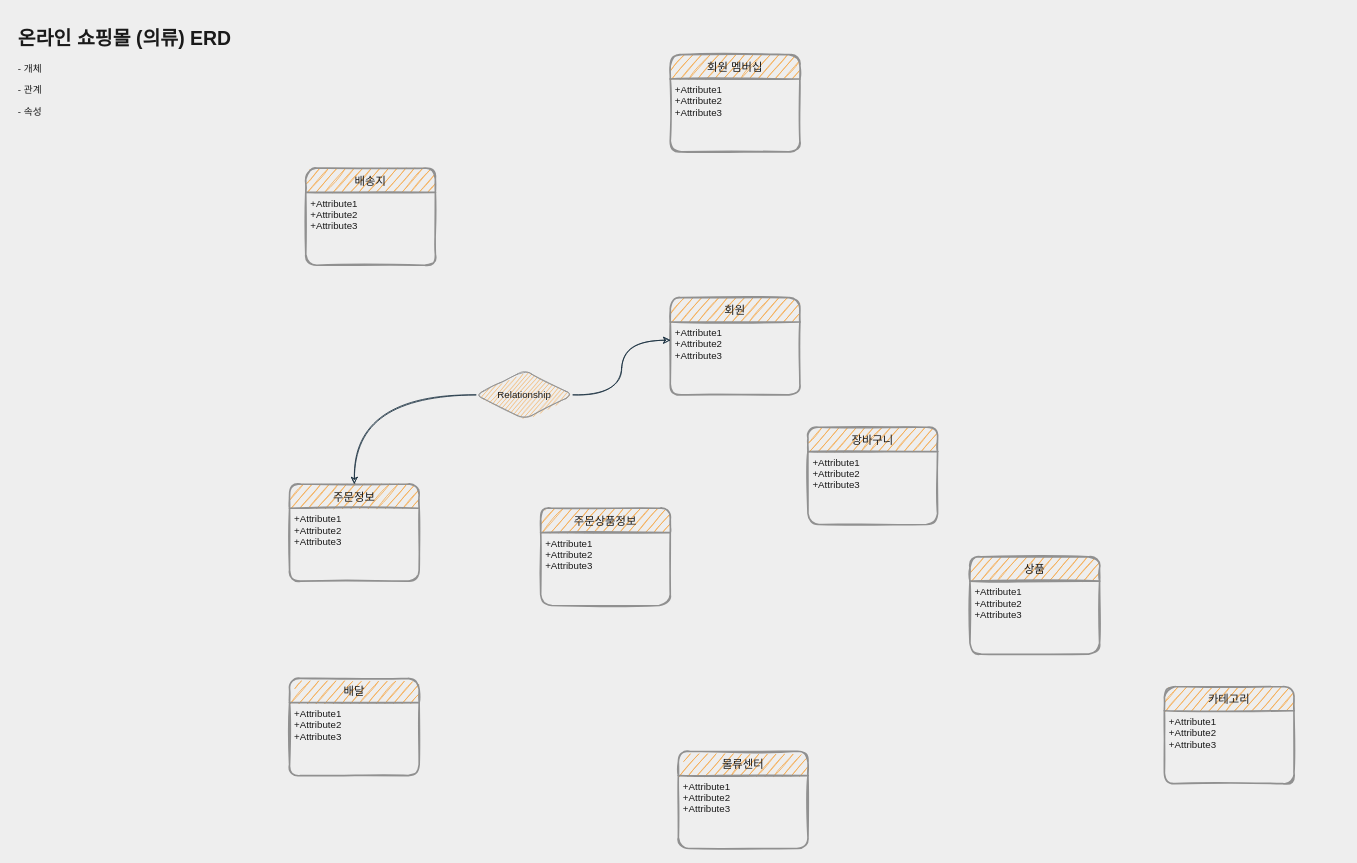
Earlier version of the draw.io diagram page "페이지-2" (2 of 2) of Untitled Diagram.drawio (pcjo1202/DataBase-design). Source tidied: cells renumbered, new cells numbered last; positions are measured from the earlier drawing's top-left corner, leaving out a move shared by most shapes. Both pictures are drawn from the tidied source at 81%, with x=0, y=0 at pixel (14, 22).
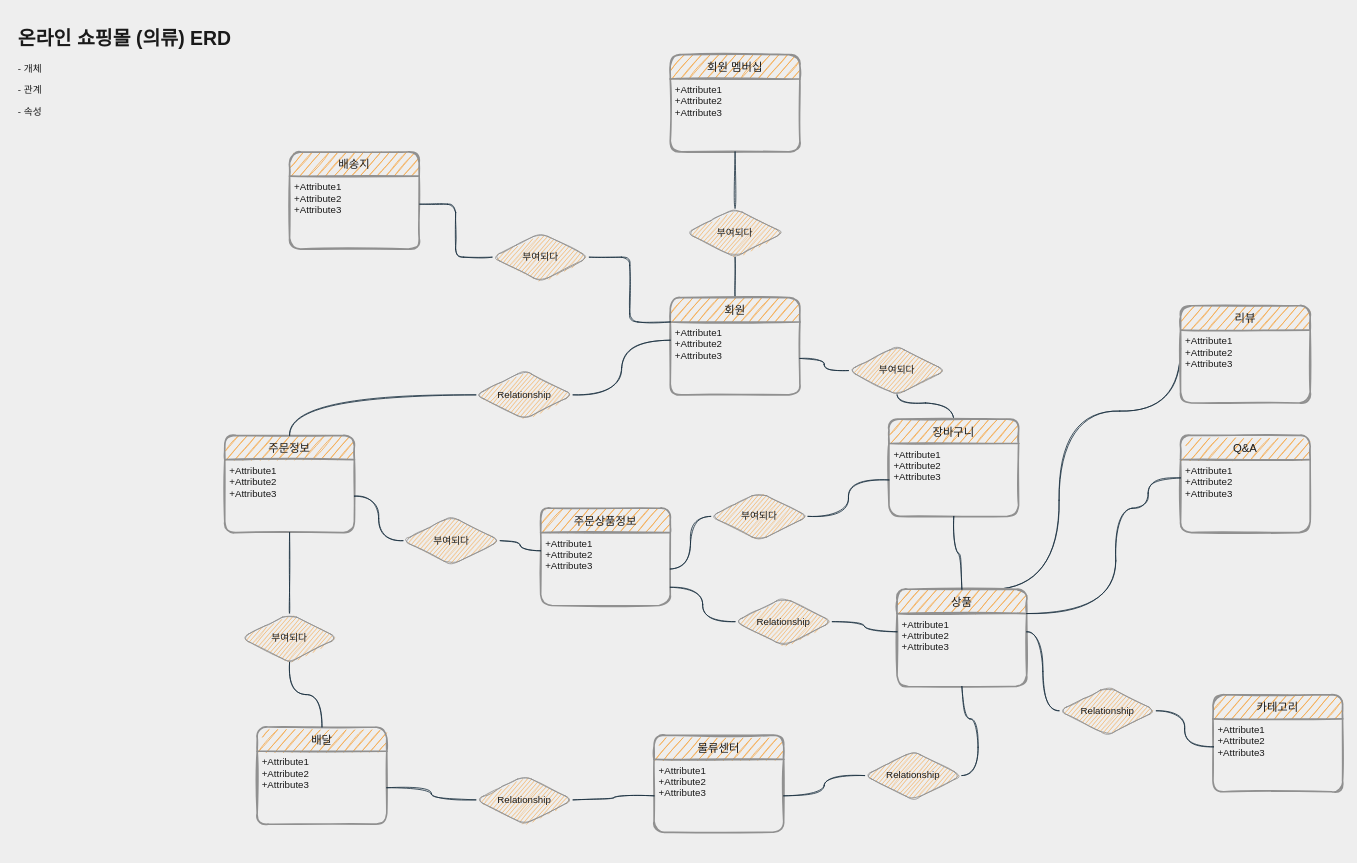
Above is the later version.

Unchanged cells that the change refers to:
```xml
<mxCell id="3" value="회원" style="swimlane;horizontal=1;startSize=30;rounded=1;fontSize=14;fontStyle=0;strokeWidth=2;shadow=0;dashed=0;align=center;fillColor=#F5AB50;strokeColor=#909090;fontColor=#1A1A1A;sketch=1;" parent="1" vertex="1">
  <mxGeometry x="810" y="340" width="160" height="120" as="geometry" />
</mxCell>
<mxCell id="4" value="+Attribute1&#10;+Attribute2&#10;+Attribute3" style="align=left;strokeColor=none;fillColor=none;spacingLeft=4;fontSize=12;verticalAlign=top;fontColor=#1A1A1A;sketch=1;rounded=1;" parent="3" vertex="1">
  <mxGeometry y="30" width="160" height="90" as="geometry" />
</mxCell>
<mxCell id="6" value="+Attribute1&#10;+Attribute2&#10;+Attribute3" style="align=left;strokeColor=none;fillColor=none;spacingLeft=4;fontSize=12;verticalAlign=top;fontColor=#1A1A1A;sketch=1;rounded=1;" parent="5" vertex="1">
  <mxGeometry y="30" width="160" height="90" as="geometry" />
</mxCell>
<mxCell id="8" value="+Attribute1&#10;+Attribute2&#10;+Attribute3" style="align=left;strokeColor=none;fillColor=none;spacingLeft=4;fontSize=12;verticalAlign=top;fontColor=#1A1A1A;sketch=1;rounded=1;" parent="7" vertex="1">
  <mxGeometry y="30" width="160" height="90" as="geometry" />
</mxCell>
<mxCell id="10" value="+Attribute1&#10;+Attribute2&#10;+Attribute3" style="align=left;strokeColor=none;fillColor=none;spacingLeft=4;fontSize=12;verticalAlign=top;fontColor=#1A1A1A;sketch=1;rounded=1;" parent="9" vertex="1">
  <mxGeometry y="30" width="160" height="90" as="geometry" />
</mxCell>
<mxCell id="12" value="+Attribute1&#10;+Attribute2&#10;+Attribute3" style="align=left;strokeColor=none;fillColor=none;spacingLeft=4;fontSize=12;verticalAlign=top;fontColor=#1A1A1A;sketch=1;rounded=1;" parent="11" vertex="1">
  <mxGeometry y="30" width="160" height="90" as="geometry" />
</mxCell>
<mxCell id="14" value="+Attribute1&#10;+Attribute2&#10;+Attribute3" style="align=left;strokeColor=none;fillColor=none;spacingLeft=4;fontSize=12;verticalAlign=top;fontColor=#1A1A1A;sketch=1;rounded=1;" parent="13" vertex="1">
  <mxGeometry y="30" width="160" height="90" as="geometry" />
</mxCell>
<mxCell id="16" value="+Attribute1&#10;+Attribute2&#10;+Attribute3" style="align=left;strokeColor=none;fillColor=none;spacingLeft=4;fontSize=12;verticalAlign=top;fontColor=#1A1A1A;sketch=1;rounded=1;" parent="15" vertex="1">
  <mxGeometry y="30" width="160" height="90" as="geometry" />
</mxCell>
<mxCell id="18" value="+Attribute1&#10;+Attribute2&#10;+Attribute3" style="align=left;strokeColor=none;fillColor=none;spacingLeft=4;fontSize=12;verticalAlign=top;fontColor=#1A1A1A;sketch=1;rounded=1;" parent="17" vertex="1">
  <mxGeometry y="30" width="160" height="90" as="geometry" />
</mxCell>
<mxCell id="20" value="+Attribute1&#10;+Attribute2&#10;+Attribute3" style="align=left;strokeColor=none;fillColor=none;spacingLeft=4;fontSize=12;verticalAlign=top;fontColor=#1A1A1A;sketch=1;rounded=1;" parent="19" vertex="1">
  <mxGeometry y="30" width="160" height="90" as="geometry" />
</mxCell>
<mxCell id="22" value="+Attribute1&#10;+Attribute2&#10;+Attribute3" style="align=left;strokeColor=none;fillColor=none;spacingLeft=4;fontSize=12;verticalAlign=top;fontColor=#1A1A1A;sketch=1;rounded=1;" parent="21" vertex="1">
  <mxGeometry y="30" width="160" height="90" as="geometry" />
</mxCell>
<mxCell id="25" value="Relationship" style="shape=rhombus;perimeter=rhombusPerimeter;whiteSpace=wrap;html=1;align=center;fillColor=#F5AB50;strokeColor=#909090;fontColor=#1A1A1A;sketch=1;rounded=1;" parent="1" vertex="1">
  <mxGeometry x="570" y="430" width="120" height="60" as="geometry" />
</mxCell>
```

What changed in the source:
```diff
@@
+    <mxCell id="26" style="edgeStyle=orthogonalEdgeStyle;curved=0;rounded=1;sketch=1;jettySize=auto;html=1;exitX=0.5;exitY=0;exitDx=0;exitDy=0;entryX=0.5;entryY=1;entryDx=0;entryDy=0;fontColor=#1A1A1A;strokeColor=#182E3E;endArrow=none;endFill=0;" parent="1" edge="1" source="3" target="30">
+      <mxGeometry relative="1" as="geometry" />
+    </mxCell>
@@
+    <mxCell id="27" style="edgeStyle=orthogonalEdgeStyle;curved=1;rounded=1;sketch=1;jettySize=auto;html=1;fontColor=#1A1A1A;endArrow=none;endFill=0;strokeColor=#182E3E;" parent="1" edge="1" source="5" target="35">
+      <mxGeometry relative="1" as="geometry" />
+    </mxCell>
     <mxCell id="5" value="장바구니" style="swimlane;horizontal=1;startSize=30;rounded=1;fontSize=14;fontStyle=0;strokeWidth=2;shadow=0;dashed=0;align=center;fillColor=#F5AB50;strokeColor=#909090;fontColor=#1A1A1A;sketch=1;" parent="1" vertex="1">
-      <mxGeometry x="980" y="500" width="160" height="120" as="geometry" />
+      <mxGeometry x="1080" y="490" width="160" height="120" as="geometry" />
     </mxCell>
@@
     <mxCell id="7" value="주문정보" style="swimlane;horizontal=1;startSize=30;rounded=1;fontSize=14;fontStyle=0;strokeWidth=2;shadow=0;dashed=0;align=center;fillColor=#F5AB50;strokeColor=#909090;fontColor=#1A1A1A;sketch=1;" parent="1" vertex="1">
-      <mxGeometry x="340" y="570" width="160" height="120" as="geometry" />
+      <mxGeometry x="260" y="510" width="160" height="120" as="geometry" />
     </mxCell>
@@
     <mxCell id="11" value="배송지" style="swimlane;horizontal=1;startSize=30;rounded=1;fontSize=14;fontStyle=0;strokeWidth=2;shadow=0;dashed=0;align=center;fillColor=#F5AB50;strokeColor=#909090;fontColor=#1A1A1A;sketch=1;" parent="1" vertex="1">
-      <mxGeometry x="360" y="180" width="160" height="120" as="geometry" />
+      <mxGeometry x="340" y="160" width="160" height="120" as="geometry" />
     </mxCell>
@@
+    <mxCell id="28" style="edgeStyle=orthogonalEdgeStyle;curved=1;rounded=1;sketch=1;jettySize=auto;html=1;exitX=0.75;exitY=0;exitDx=0;exitDy=0;entryX=0;entryY=0.25;entryDx=0;entryDy=0;fontColor=#1A1A1A;endArrow=none;endFill=0;strokeColor=#182E3E;" parent="1" edge="1" source="15" target="59">
+      <mxGeometry relative="1" as="geometry">
+        <Array as="points">
+          <mxPoint x="1290" y="700" />
+          <mxPoint x="1290" y="480" />
+          <mxPoint x="1440" y="480" />
+        </Array>
+      </mxGeometry>
+    </mxCell>
     <mxCell id="15" value="상품" style="swimlane;horizontal=1;startSize=30;rounded=1;fontSize=14;fontStyle=0;strokeWidth=2;shadow=0;dashed=0;align=center;fillColor=#F5AB50;strokeColor=#909090;fontColor=#1A1A1A;sketch=1;" parent="1" vertex="1">
-      <mxGeometry x="1180" y="660" width="160" height="120" as="geometry" />
+      <mxGeometry x="1090" y="700" width="160" height="120" as="geometry" />
     </mxCell>
@@
     <mxCell id="17" value="배달" style="swimlane;horizontal=1;startSize=30;rounded=1;fontSize=14;fontStyle=0;strokeWidth=2;shadow=0;dashed=0;align=center;fillColor=#F5AB50;strokeColor=#909090;fontColor=#1A1A1A;sketch=1;" parent="1" vertex="1">
-      <mxGeometry x="340" y="810" width="160" height="120" as="geometry" />
+      <mxGeometry x="300" y="870" width="160" height="120" as="geometry" />
     </mxCell>
@@
     <mxCell id="19" value="물류센터" style="swimlane;horizontal=1;startSize=30;rounded=1;fontSize=14;fontStyle=0;strokeWidth=2;shadow=0;dashed=0;align=center;fillColor=#F5AB50;strokeColor=#909090;fontColor=#1A1A1A;sketch=1;" parent="1" vertex="1">
-      <mxGeometry x="820" y="900" width="160" height="120" as="geometry" />
+      <mxGeometry x="790" y="880" width="160" height="120" as="geometry" />
     </mxCell>
@@
     <mxCell id="21" value="카테고리" style="swimlane;horizontal=1;startSize=30;rounded=1;fontSize=14;fontStyle=0;strokeWidth=2;shadow=0;dashed=0;align=center;fillColor=#F5AB50;strokeColor=#909090;fontColor=#1A1A1A;sketch=1;" parent="1" vertex="1">
-      <mxGeometry x="1420" y="820" width="160" height="120" as="geometry" />
+      <mxGeometry x="1480" y="830" width="160" height="120" as="geometry" />
     </mxCell>
@@
-    <mxCell id="23" style="edgeStyle=orthogonalEdgeStyle;rounded=1;jettySize=auto;html=1;exitX=0;exitY=0.5;exitDx=0;exitDy=0;entryX=0.5;entryY=0;entryDx=0;entryDy=0;labelBackgroundColor=#EEEEEE;strokeColor=#182E3E;fontColor=#1A1A1A;curved=1;sketch=1;" parent="1" edge="1" source="25" target="7">
+    <mxCell id="23" style="edgeStyle=orthogonalEdgeStyle;rounded=1;jettySize=auto;html=1;exitX=0;exitY=0.5;exitDx=0;exitDy=0;entryX=0.5;entryY=0;entryDx=0;entryDy=0;labelBackgroundColor=#EEEEEE;strokeColor=#182E3E;fontColor=#1A1A1A;curved=1;sketch=1;endArrow=none;endFill=0;" parent="1" edge="1" source="25" target="7">
       <mxGeometry relative="1" as="geometry" />
     </mxCell>
-    <mxCell id="24" style="edgeStyle=orthogonalEdgeStyle;rounded=1;jettySize=auto;html=1;exitX=1;exitY=0.5;exitDx=0;exitDy=0;entryX=0;entryY=0.25;entryDx=0;entryDy=0;labelBackgroundColor=#EEEEEE;strokeColor=#182E3E;fontColor=#1A1A1A;curved=1;sketch=1;" parent="1" edge="1" source="25" target="4">
+    <mxCell id="24" style="edgeStyle=orthogonalEdgeStyle;rounded=1;jettySize=auto;html=1;exitX=1;exitY=0.5;exitDx=0;exitDy=0;entryX=0;entryY=0.25;entryDx=0;entryDy=0;labelBackgroundColor=#EEEEEE;strokeColor=#182E3E;fontColor=#1A1A1A;curved=1;sketch=1;endArrow=none;endFill=0;" parent="1" edge="1" source="25" target="4">
       <mxGeometry relative="1" as="geometry" />
     </mxCell>
@@
+    <mxCell id="29" style="edgeStyle=orthogonalEdgeStyle;curved=1;rounded=1;sketch=1;jettySize=auto;html=1;fontColor=#1A1A1A;strokeColor=#182E3E;endArrow=none;endFill=0;" parent="1" edge="1" source="30" target="10">
+      <mxGeometry relative="1" as="geometry" />
+    </mxCell>
+    <mxCell id="30" value="부여되다" style="shape=rhombus;perimeter=rhombusPerimeter;whiteSpace=wrap;html=1;align=center;fillColor=#F5AB50;strokeColor=#909090;fontColor=#1A1A1A;sketch=1;rounded=1;" parent="1" vertex="1">
+      <mxGeometry x="830" y="230" width="120" height="60" as="geometry" />
+    </mxCell>
+    <mxCell id="31" style="edgeStyle=orthogonalEdgeStyle;curved=0;rounded=1;sketch=1;jettySize=auto;html=1;exitX=0;exitY=0.5;exitDx=0;exitDy=0;entryX=1.005;entryY=0.384;entryDx=0;entryDy=0;entryPerimeter=0;fontColor=#1A1A1A;strokeColor=#182E3E;endArrow=none;endFill=0;" parent="1" edge="1" source="33" target="12">
+      <mxGeometry relative="1" as="geometry" />
+    </mxCell>
+    <mxCell id="32" style="edgeStyle=orthogonalEdgeStyle;curved=0;rounded=1;sketch=1;jettySize=auto;html=1;exitX=1;exitY=0.5;exitDx=0;exitDy=0;entryX=0;entryY=0.25;entryDx=0;entryDy=0;fontColor=#1A1A1A;strokeColor=#182E3E;endArrow=none;endFill=0;" parent="1" edge="1" source="33" target="3">
+      <mxGeometry relative="1" as="geometry" />
+    </mxCell>
+    <mxCell id="33" value="부여되다" style="shape=rhombus;perimeter=rhombusPerimeter;whiteSpace=wrap;html=1;align=center;fillColor=#F5AB50;strokeColor=#909090;fontColor=#1A1A1A;sketch=1;rounded=1;" parent="1" vertex="1">
+      <mxGeometry x="590" y="260" width="120" height="60" as="geometry" />
+    </mxCell>
+    <mxCell id="34" style="edgeStyle=orthogonalEdgeStyle;curved=1;rounded=1;sketch=1;jettySize=auto;html=1;fontColor=#1A1A1A;endArrow=none;endFill=0;strokeColor=#182E3E;" parent="1" edge="1" source="35" target="4">
+      <mxGeometry relative="1" as="geometry" />
+    </mxCell>
+    <mxCell id="35" value="부여되다" style="shape=rhombus;perimeter=rhombusPerimeter;whiteSpace=wrap;html=1;align=center;fillColor=#F5AB50;strokeColor=#909090;fontColor=#1A1A1A;sketch=1;rounded=1;" parent="1" vertex="1">
+      <mxGeometry x="1030" y="400" width="120" height="60" as="geometry" />
+    </mxCell>
+    <mxCell id="36" style="edgeStyle=orthogonalEdgeStyle;curved=1;rounded=1;sketch=1;jettySize=auto;html=1;fontColor=#1A1A1A;endArrow=none;endFill=0;strokeColor=#182E3E;" parent="1" edge="1" source="38" target="14">
+      <mxGeometry relative="1" as="geometry" />
+    </mxCell>
+    <mxCell id="37" style="edgeStyle=orthogonalEdgeStyle;curved=1;rounded=1;sketch=1;jettySize=auto;html=1;fontColor=#1A1A1A;endArrow=none;endFill=0;strokeColor=#182E3E;" parent="1" edge="1" source="38" target="6">
+      <mxGeometry relative="1" as="geometry" />
+    </mxCell>
+    <mxCell id="38" value="부여되다" style="shape=rhombus;perimeter=rhombusPerimeter;whiteSpace=wrap;html=1;align=center;fillColor=#F5AB50;strokeColor=#909090;fontColor=#1A1A1A;sketch=1;rounded=1;" parent="1" vertex="1">
+      <mxGeometry x="860" y="580" width="120" height="60" as="geometry" />
+    </mxCell>
+    <mxCell id="39" style="edgeStyle=orthogonalEdgeStyle;curved=1;rounded=1;sketch=1;jettySize=auto;html=1;fontColor=#1A1A1A;endArrow=none;endFill=0;strokeColor=#182E3E;" parent="1" edge="1" source="41" target="8">
+      <mxGeometry relative="1" as="geometry" />
+    </mxCell>
+    <mxCell id="40" style="edgeStyle=orthogonalEdgeStyle;curved=1;rounded=1;sketch=1;jettySize=auto;html=1;fontColor=#1A1A1A;endArrow=none;endFill=0;strokeColor=#182E3E;entryX=0.5;entryY=0;entryDx=0;entryDy=0;exitX=0.5;exitY=1;exitDx=0;exitDy=0;" parent="1" edge="1" source="41" target="17">
+      <mxGeometry relative="1" as="geometry" />
+    </mxCell>
+    <mxCell id="41" value="부여되다" style="shape=rhombus;perimeter=rhombusPerimeter;whiteSpace=wrap;html=1;align=center;fillColor=#F5AB50;strokeColor=#909090;fontColor=#1A1A1A;sketch=1;rounded=1;" parent="1" vertex="1">
+      <mxGeometry x="280" y="730" width="120" height="60" as="geometry" />
+    </mxCell>
+    <mxCell id="42" style="edgeStyle=orthogonalEdgeStyle;curved=1;rounded=1;sketch=1;jettySize=auto;html=1;fontColor=#1A1A1A;endArrow=none;endFill=0;strokeColor=#182E3E;" parent="1" edge="1" source="44" target="18">
+      <mxGeometry relative="1" as="geometry" />
+    </mxCell>
+    <mxCell id="43" style="edgeStyle=orthogonalEdgeStyle;curved=1;rounded=1;sketch=1;jettySize=auto;html=1;fontColor=#1A1A1A;endArrow=none;endFill=0;strokeColor=#182E3E;" parent="1" edge="1" source="44" target="20">
+      <mxGeometry relative="1" as="geometry" />
+    </mxCell>
+    <mxCell id="44" value="Relationship" style="shape=rhombus;perimeter=rhombusPerimeter;whiteSpace=wrap;html=1;align=center;fillColor=#F5AB50;strokeColor=#909090;fontColor=#1A1A1A;sketch=1;rounded=1;" parent="1" vertex="1">
+      <mxGeometry x="570" y="930" width="120" height="60" as="geometry" />
+    </mxCell>
+    <mxCell id="45" style="edgeStyle=orthogonalEdgeStyle;curved=1;rounded=1;sketch=1;jettySize=auto;html=1;fontColor=#1A1A1A;endArrow=none;endFill=0;strokeColor=#182E3E;" parent="1" edge="1" source="47" target="20">
+      <mxGeometry relative="1" as="geometry" />
+    </mxCell>
+    <mxCell id="46" style="edgeStyle=orthogonalEdgeStyle;curved=1;rounded=1;sketch=1;jettySize=auto;html=1;fontColor=#1A1A1A;endArrow=none;endFill=0;strokeColor=#182E3E;exitX=1;exitY=0.5;exitDx=0;exitDy=0;" parent="1" edge="1" source="47" target="16">
+      <mxGeometry relative="1" as="geometry" />
+    </mxCell>
+    <mxCell id="47" value="Relationship" style="shape=rhombus;perimeter=rhombusPerimeter;whiteSpace=wrap;html=1;align=center;fillColor=#F5AB50;strokeColor=#909090;fontColor=#1A1A1A;sketch=1;rounded=1;" parent="1" vertex="1">
+      <mxGeometry x="1050" y="900" width="120" height="60" as="geometry" />
+    </mxCell>
+    <mxCell id="48" style="edgeStyle=orthogonalEdgeStyle;curved=1;rounded=1;sketch=1;jettySize=auto;html=1;exitX=1;exitY=0.5;exitDx=0;exitDy=0;entryX=0.005;entryY=0.384;entryDx=0;entryDy=0;entryPerimeter=0;fontColor=#1A1A1A;endArrow=none;endFill=0;strokeColor=#182E3E;" parent="1" edge="1" source="49" target="22">
+      <mxGeometry relative="1" as="geometry" />
+    </mxCell>
+    <mxCell id="49" value="Relationship" style="shape=rhombus;perimeter=rhombusPerimeter;whiteSpace=wrap;html=1;align=center;fillColor=#F5AB50;strokeColor=#909090;fontColor=#1A1A1A;sketch=1;rounded=1;" parent="1" vertex="1">
+      <mxGeometry x="1290" y="820" width="120" height="60" as="geometry" />
+    </mxCell>
+    <mxCell id="50" style="edgeStyle=orthogonalEdgeStyle;curved=1;rounded=1;sketch=1;jettySize=auto;html=1;exitX=1;exitY=0.25;exitDx=0;exitDy=0;entryX=0;entryY=0.5;entryDx=0;entryDy=0;fontColor=#1A1A1A;endArrow=none;endFill=0;strokeColor=#182E3E;" parent="1" edge="1" source="16" target="49">
+      <mxGeometry relative="1" as="geometry" />
+    </mxCell>
+    <mxCell id="51" style="edgeStyle=orthogonalEdgeStyle;curved=1;rounded=1;sketch=1;jettySize=auto;html=1;exitX=1;exitY=0.5;exitDx=0;exitDy=0;entryX=0;entryY=0.25;entryDx=0;entryDy=0;fontColor=#1A1A1A;endArrow=none;endFill=0;strokeColor=#182E3E;" parent="1" edge="1" source="52" target="16">
+      <mxGeometry relative="1" as="geometry" />
+    </mxCell>
+    <mxCell id="52" value="Relationship" style="shape=rhombus;perimeter=rhombusPerimeter;whiteSpace=wrap;html=1;align=center;fillColor=#F5AB50;strokeColor=#909090;fontColor=#1A1A1A;sketch=1;rounded=1;" parent="1" vertex="1">
+      <mxGeometry x="890" y="710" width="120" height="60" as="geometry" />
+    </mxCell>
+    <mxCell id="53" style="edgeStyle=orthogonalEdgeStyle;curved=1;rounded=1;sketch=1;jettySize=auto;html=1;exitX=1;exitY=0.75;exitDx=0;exitDy=0;entryX=0;entryY=0.5;entryDx=0;entryDy=0;fontColor=#1A1A1A;endArrow=none;endFill=0;strokeColor=#182E3E;" parent="1" edge="1" source="14" target="52">
+      <mxGeometry relative="1" as="geometry" />
+    </mxCell>
+    <mxCell id="54" style="edgeStyle=orthogonalEdgeStyle;curved=1;rounded=1;sketch=1;jettySize=auto;html=1;exitX=1;exitY=0.5;exitDx=0;exitDy=0;entryX=0;entryY=0.25;entryDx=0;entryDy=0;fontColor=#1A1A1A;endArrow=none;endFill=0;strokeColor=#182E3E;" parent="1" edge="1" source="55" target="14">
+      <mxGeometry relative="1" as="geometry" />
+    </mxCell>
+    <mxCell id="55" value="부여되다" style="shape=rhombus;perimeter=rhombusPerimeter;whiteSpace=wrap;html=1;align=center;fillColor=#F5AB50;strokeColor=#909090;fontColor=#1A1A1A;sketch=1;rounded=1;" parent="1" vertex="1">
+      <mxGeometry x="480" y="610" width="120" height="60" as="geometry" />
+    </mxCell>
+    <mxCell id="56" style="edgeStyle=orthogonalEdgeStyle;curved=1;rounded=1;sketch=1;jettySize=auto;html=1;exitX=1;exitY=0.5;exitDx=0;exitDy=0;entryX=0;entryY=0.5;entryDx=0;entryDy=0;fontColor=#1A1A1A;endArrow=none;endFill=0;strokeColor=#182E3E;" parent="1" edge="1" source="8" target="55">
+      <mxGeometry relative="1" as="geometry" />
+    </mxCell>
+    <mxCell id="57" style="edgeStyle=orthogonalEdgeStyle;curved=1;rounded=1;sketch=1;jettySize=auto;html=1;exitX=0.5;exitY=1;exitDx=0;exitDy=0;entryX=0.5;entryY=0;entryDx=0;entryDy=0;fontColor=#1A1A1A;endArrow=none;endFill=0;strokeColor=#182E3E;" parent="1" edge="1" source="6" target="15">
+      <mxGeometry relative="1" as="geometry" />
+    </mxCell>
+    <mxCell id="58" value="리뷰" style="swimlane;horizontal=1;startSize=30;rounded=1;fontSize=14;fontStyle=0;strokeWidth=2;shadow=0;dashed=0;align=center;fillColor=#F5AB50;strokeColor=#909090;fontColor=#1A1A1A;sketch=1;" parent="1" vertex="1">
+      <mxGeometry x="1440" y="350" width="160" height="120" as="geometry" />
+    </mxCell>
+    <mxCell id="59" value="+Attribute1&#10;+Attribute2&#10;+Attribute3" style="align=left;strokeColor=none;fillColor=none;spacingLeft=4;fontSize=12;verticalAlign=top;fontColor=#1A1A1A;sketch=1;rounded=1;" parent="58" vertex="1">
+      <mxGeometry y="30" width="160" height="90" as="geometry" />
+    </mxCell>
+    <mxCell id="60" value="Q&amp;A" style="swimlane;horizontal=1;startSize=30;rounded=1;fontSize=14;fontStyle=0;strokeWidth=2;shadow=0;dashed=0;align=center;fillColor=#F5AB50;strokeColor=#909090;fontColor=#1A1A1A;sketch=1;" parent="1" vertex="1">
+      <mxGeometry x="1440" y="510" width="160" height="120" as="geometry" />
+    </mxCell>
+    <mxCell id="61" value="+Attribute1&#10;+Attribute2&#10;+Attribute3" style="align=left;strokeColor=none;fillColor=none;spacingLeft=4;fontSize=12;verticalAlign=top;fontColor=#1A1A1A;sketch=1;rounded=1;" parent="60" vertex="1">
+      <mxGeometry y="30" width="160" height="90" as="geometry" />
+    </mxCell>
+    <mxCell id="62" style="edgeStyle=orthogonalEdgeStyle;curved=1;rounded=1;sketch=1;jettySize=auto;html=1;exitX=1;exitY=0;exitDx=0;exitDy=0;entryX=0;entryY=0.25;entryDx=0;entryDy=0;fontColor=#1A1A1A;endArrow=none;endFill=0;strokeColor=#182E3E;" parent="1" edge="1" source="16" target="61">
+      <mxGeometry relative="1" as="geometry">
+        <Array as="points">
+          <mxPoint x="1360" y="730" />
+          <mxPoint x="1360" y="600" />
+          <mxPoint x="1400" y="600" />
+          <mxPoint x="1400" y="563" />
+        </Array>
+      </mxGeometry>
+    </mxCell>
```
